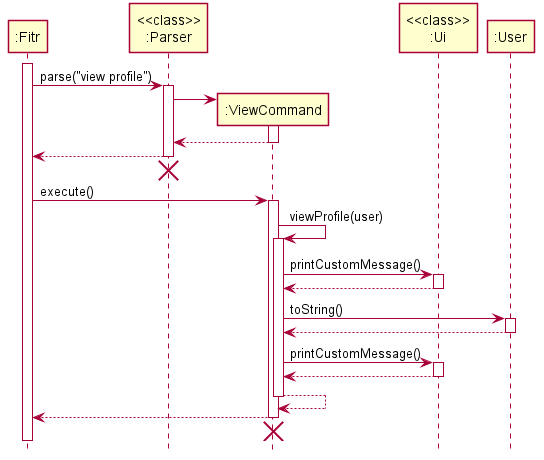
Earlier version of the PlantUML export docs/images/ViewProfileSequenceDiagram.png (nus-cs2113-AY2021S1/tp).
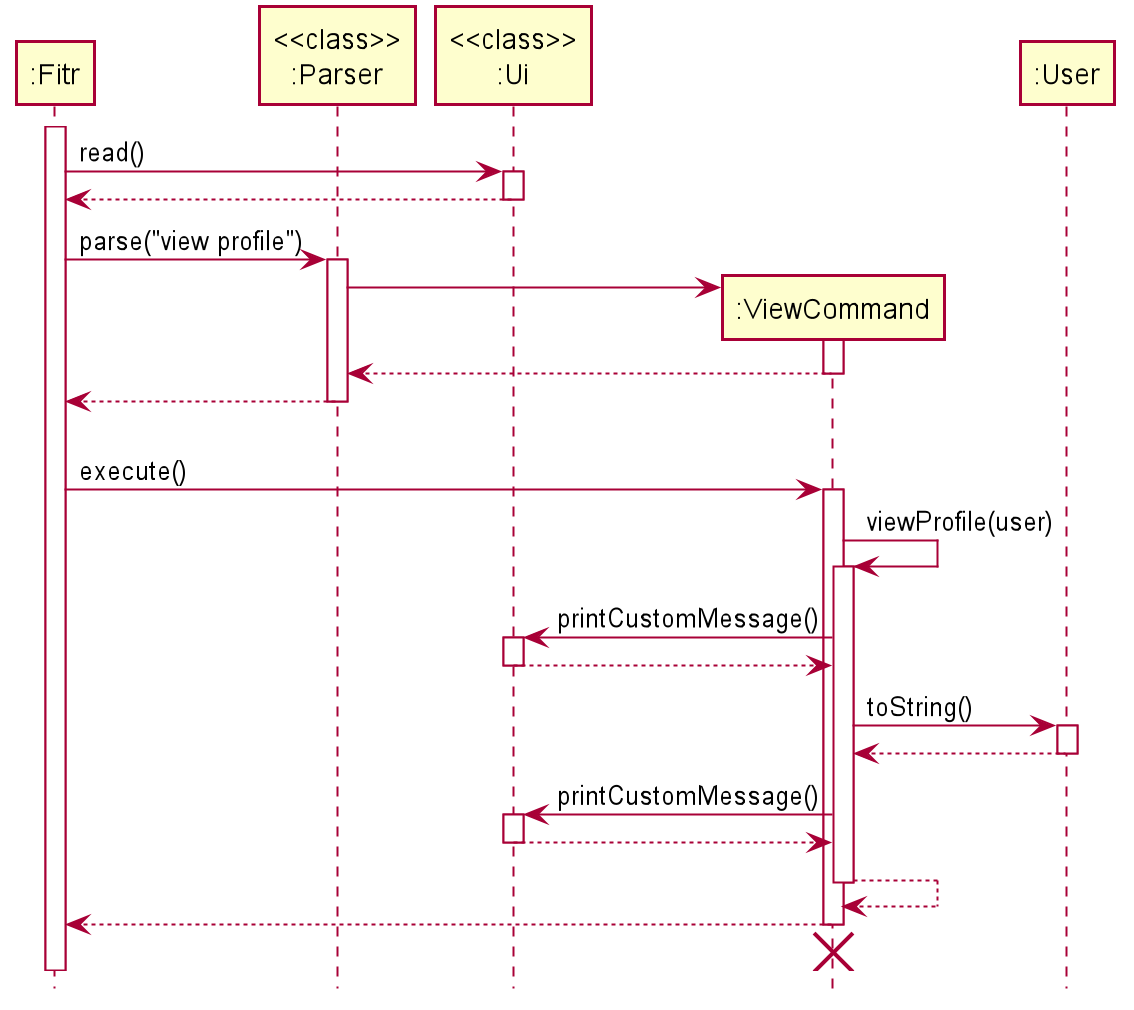
The same diagram one commit later.

Commit message:
Fix sequence diagram

What changed in the source:
```diff
@@ -5,6 +5,9 @@
 participant "<<class>>\n:Parser"
 
 activate ":Fitr"
+":Fitr" -> "<<class>>\n:Ui" : read()
+activate "<<class>>\n:Ui"
+return
 ":Fitr" -> "<<class>>\n:Parser" ++ : parse("view profile")
 
 create ":ViewCommand"
@@ -14,7 +17,6 @@
 return
 
 "<<class>>\n:Parser" -[hidden]-> ":ViewCommand"
-destroy "<<class>>\n:Parser"
 
 ":Fitr"->":ViewCommand" : execute()
 activate ":ViewCommand"
```
